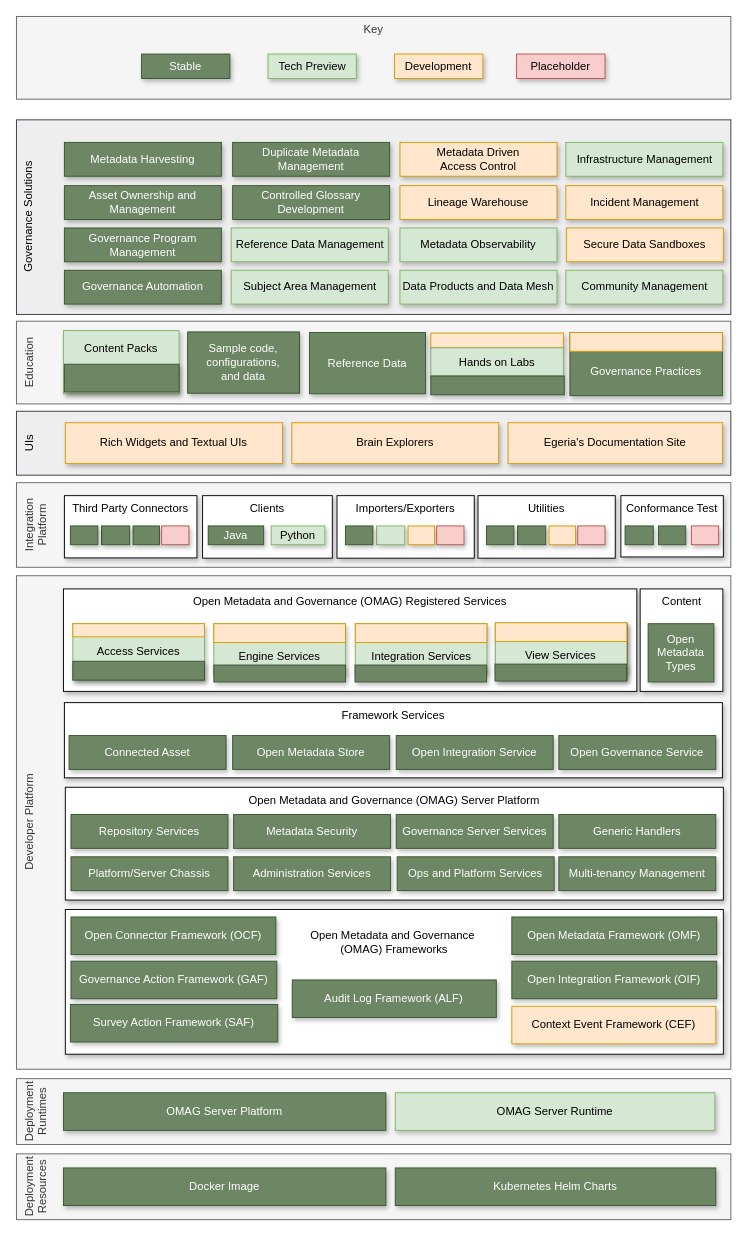
odpi/egeria-docs keeps this draw.io diagram as page "release-5.0" (29 of 30) of site/docs/release-notes/egeria-status.drawio. Above is the earlier version. Source tidied: cells renumbered, new cells numbered last; positions are measured from the earlier drawing's top-left corner, leaving out a move shared by most shapes. Both pictures are drawn from the tidied source at 94%, with x=0, y=0 at pixel (16, 16).
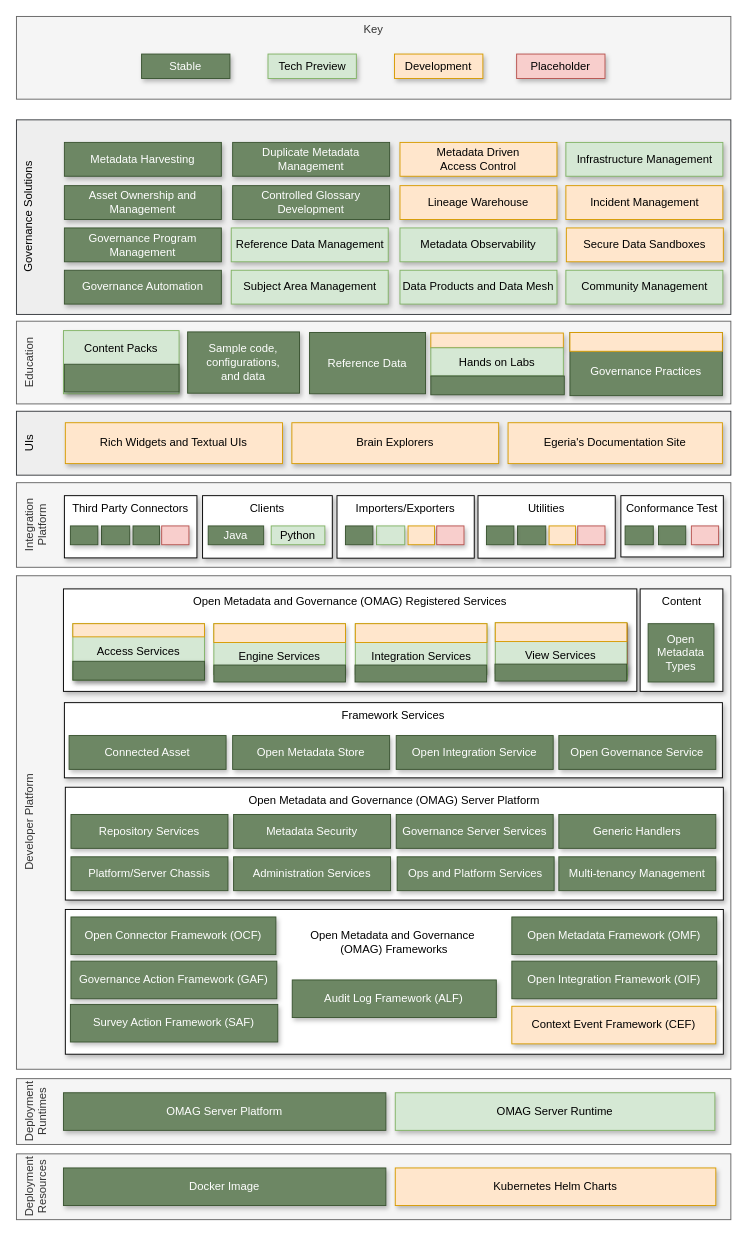
The same page after the edit.

Change to the diagram source:
```diff
@@
-    <mxCell id="57" value="Kubernetes Helm Charts" style="rounded=0;whiteSpace=wrap;html=1;align=center;shadow=1;fillColor=#6d8764;strokeColor=#3A5431;fontColor=#ffffff;" parent="1" vertex="1">
+    <mxCell id="57" value="Kubernetes Helm Charts" style="rounded=0;whiteSpace=wrap;html=1;align=center;shadow=1;fillColor=#ffe6cc;strokeColor=#d79b00;" parent="1" vertex="1">
       <mxGeometry x="403" y="1225" width="341" height="40" as="geometry" />
     </mxCell>
```
